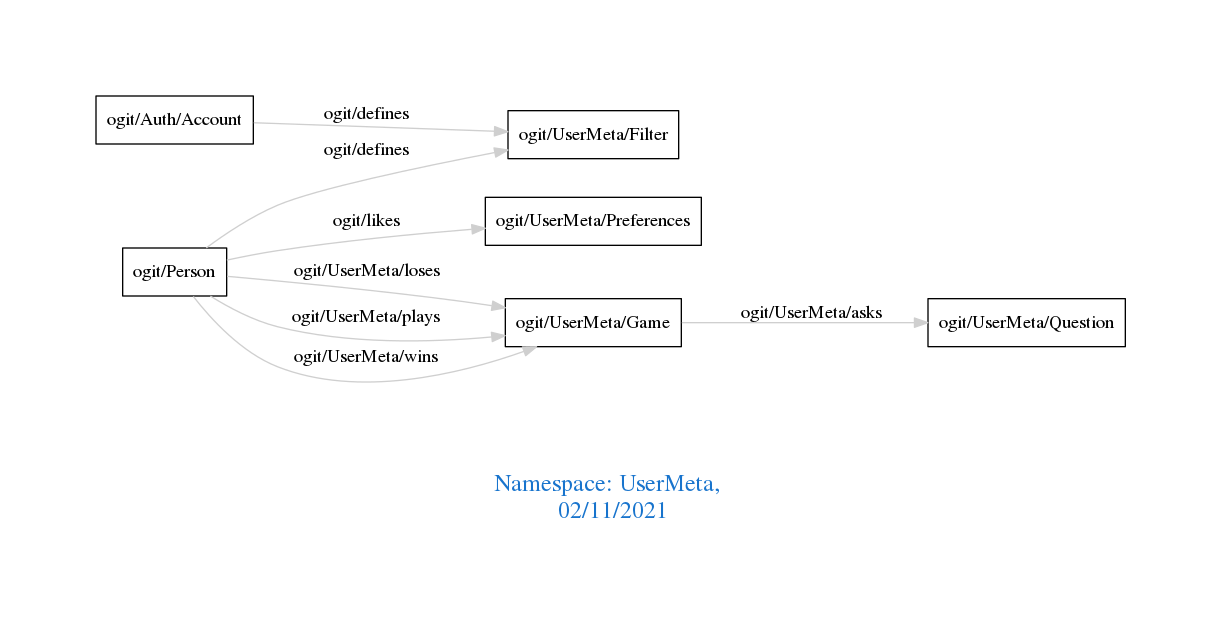
Above: downloads/UserMeta.png in arago/OGIT (Graphviz), before the change. Its source is kept beside it as downloads/UserMeta.dot.
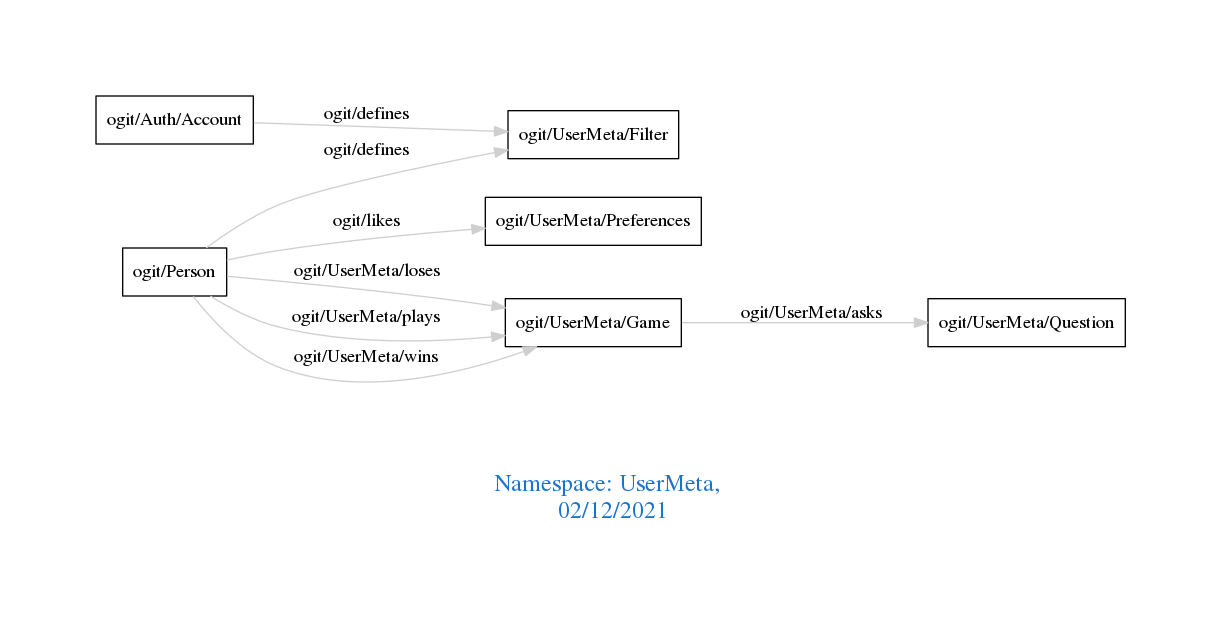
After the change.

What changed in the source:
```diff
@@ -1,7 +1,7 @@
 digraph OGIT_ontology {
  graph [ rankdir= LR,pad=1
 fontsize = 18,
-fontcolor= dodgerblue3,label = "\n\n\nNamespace: UserMeta, \n 02/11/2021"];
+fontcolor= dodgerblue3,label = "\n\n\nNamespace: UserMeta, \n 02/12/2021"];
 node[shape=polygon];
 edge [  color="gray81"];
 
```
